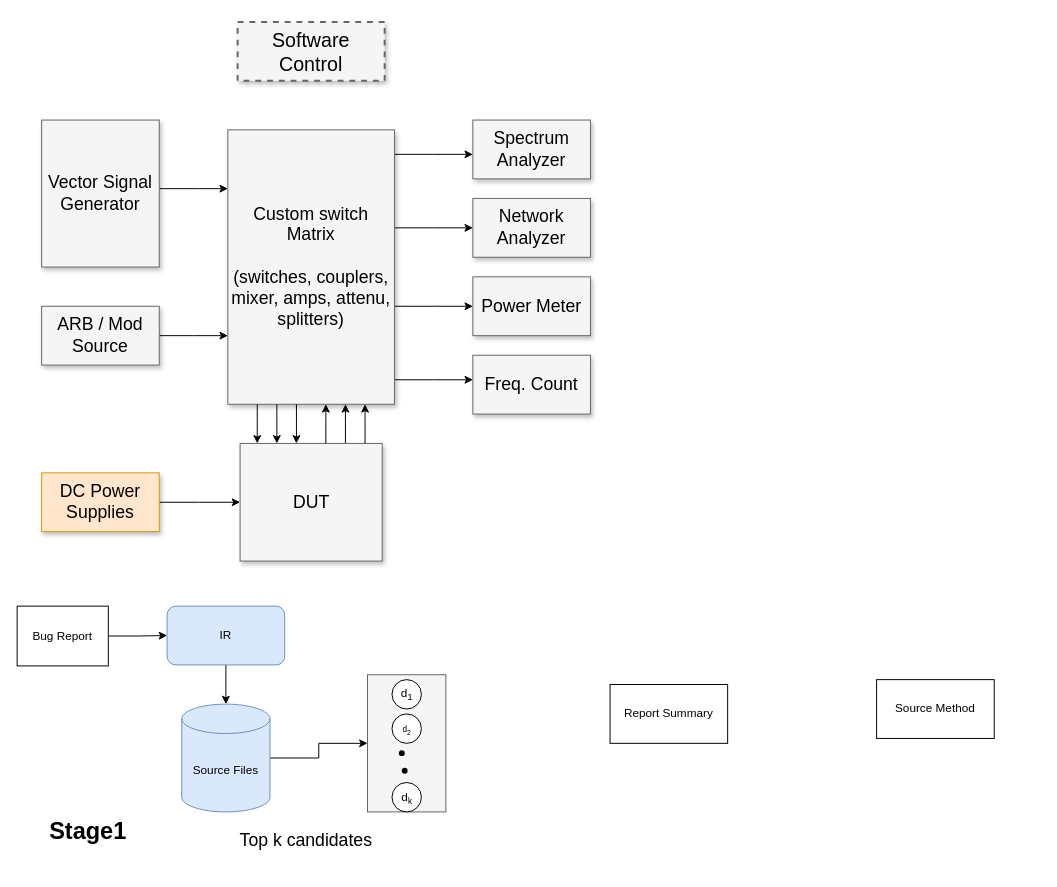
Earlier version of the draw.io diagram Untitled Diagram.drawio (hangdj/BERT-PLI-IJCAI2020). Source tidied: cells renumbered, new cells numbered last; positions are measured from the earlier drawing's top-left corner, leaving out a move shared by most shapes. Both pictures are drawn from the tidied source at 98%, with x=0, y=0 at pixel (17, 22).
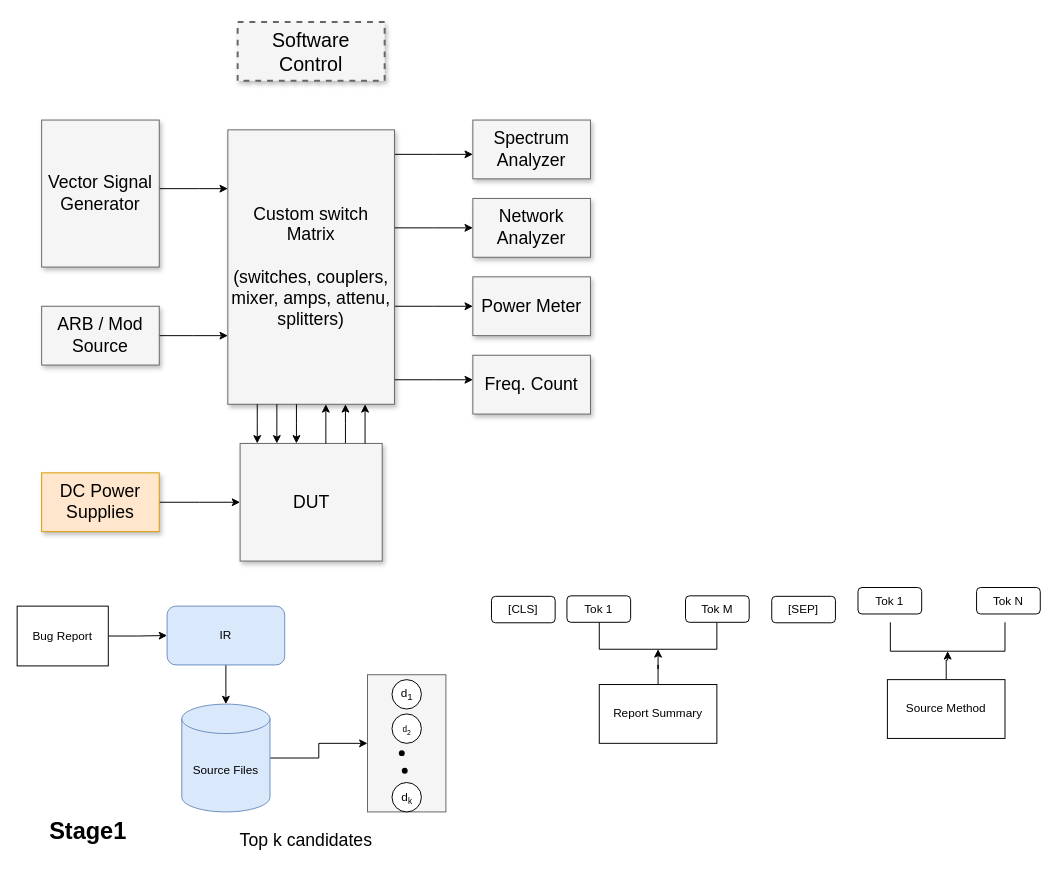
Above is the later version.

Diff of the diagram source:
```diff
@@
+    <mxCell id="41" style="edgeStyle=orthogonalEdgeStyle;rounded=0;jettySize=auto;html=1;" parent="1" edge="1" source="39" target="43">
+      <mxGeometry relative="1" as="geometry" />
+    </mxCell>
     <mxCell id="39" value="Report Summary" style="rounded=0;whiteSpace=wrap;html=1;" parent="1" vertex="1">
-      <mxGeometry x="605" y="676" width="120" height="60" as="geometry" />
+      <mxGeometry x="594" y="676" width="120" height="60" as="geometry" />
     </mxCell>
+    <mxCell id="42" style="edgeStyle=orthogonalEdgeStyle;rounded=0;jettySize=auto;html=1;" parent="1" edge="1" source="40" target="44">
+      <mxGeometry relative="1" as="geometry" />
+    </mxCell>
     <mxCell id="40" value="Source Method" style="rounded=0;whiteSpace=wrap;html=1;" parent="1" vertex="1">
-      <mxGeometry x="877" y="671" width="120" height="60" as="geometry" />
+      <mxGeometry x="888" y="671" width="120" height="60" as="geometry" />
     </mxCell>
+    <mxCell id="43" style="shape=partialRectangle;whiteSpace=wrap;html=1;bottom=1;right=1;left=1;top=0;fillColor=none;routingCenterX=-0.5;" parent="1" vertex="1">
+      <mxGeometry x="594" y="613" width="120" height="27" as="geometry" />
+    </mxCell>
+    <mxCell id="44" style="shape=partialRectangle;whiteSpace=wrap;html=1;bottom=1;right=1;left=1;top=0;fillColor=none;routingCenterX=-0.5;" parent="1" vertex="1">
+      <mxGeometry x="891" y="613" width="117" height="29" as="geometry" />
+    </mxCell>
+    <mxCell id="45" value="Tok 1" style="rounded=1;whiteSpace=wrap;html=1;" parent="1" vertex="1">
+      <mxGeometry x="561" y="585.5" width="65" height="27" as="geometry" />
+    </mxCell>
+    <mxCell id="46" value="Tok M" style="rounded=1;whiteSpace=wrap;html=1;" parent="1" vertex="1">
+      <mxGeometry x="682" y="585.5" width="65" height="27" as="geometry" />
+    </mxCell>
+    <mxCell id="47" value="Tok 1" style="rounded=1;whiteSpace=wrap;html=1;" parent="1" vertex="1">
+      <mxGeometry x="858" y="577" width="65" height="27" as="geometry" />
+    </mxCell>
+    <mxCell id="48" value="Tok N" style="rounded=1;whiteSpace=wrap;html=1;" parent="1" vertex="1">
+      <mxGeometry x="979" y="577" width="65" height="27" as="geometry" />
+    </mxCell>
+    <mxCell id="49" value="[SEP]" style="rounded=1;whiteSpace=wrap;html=1;" parent="1" vertex="1">
+      <mxGeometry x="770" y="586" width="65" height="27" as="geometry" />
+    </mxCell>
+    <mxCell id="50" value="[CLS]" style="rounded=1;whiteSpace=wrap;html=1;" parent="1" vertex="1">
+      <mxGeometry x="484" y="586" width="65" height="27" as="geometry" />
+    </mxCell>
```
